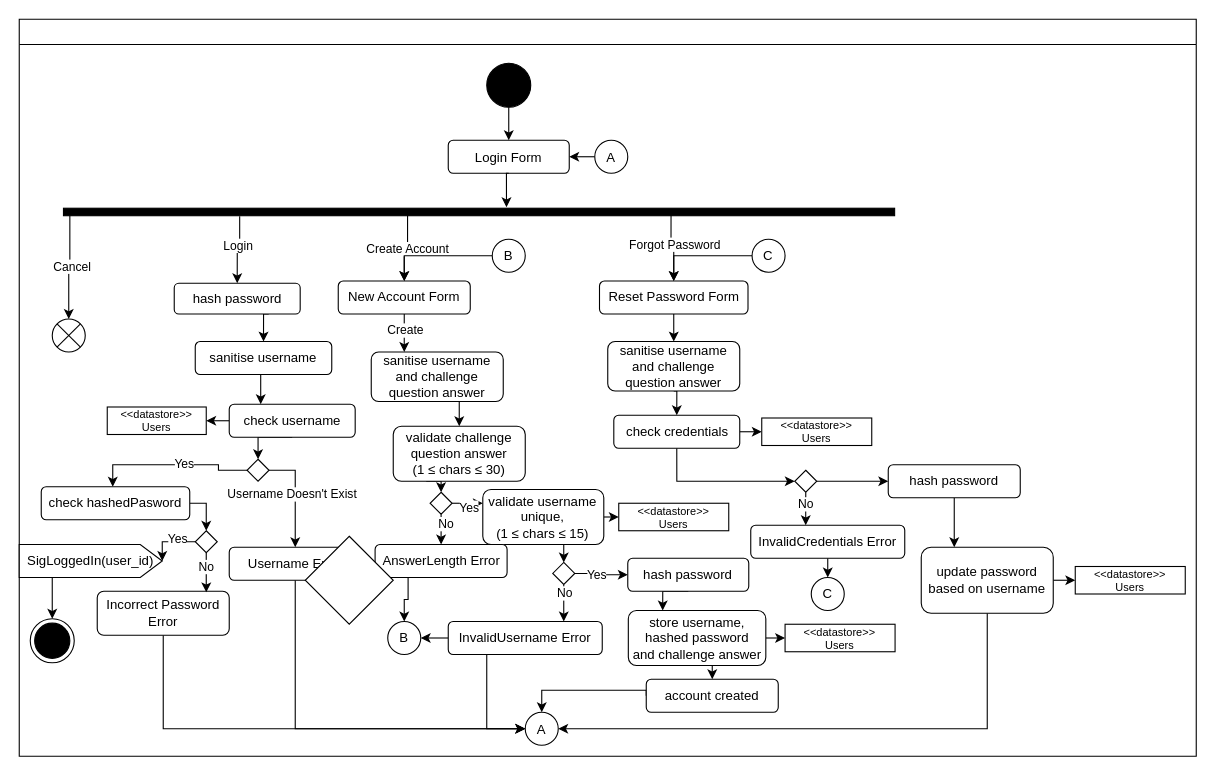
Earlier version of the draw.io diagram Documentation/images/design/Login_System.drawio (JCSnelson/JSnelson-NEA). Source tidied: cells renumbered, new cells numbered last; positions are measured from the earlier drawing's top-left corner, leaving out a move shared by most shapes. Both pictures are drawn from the tidied source at 110%, with x=0, y=0 at pixel (19, -205).
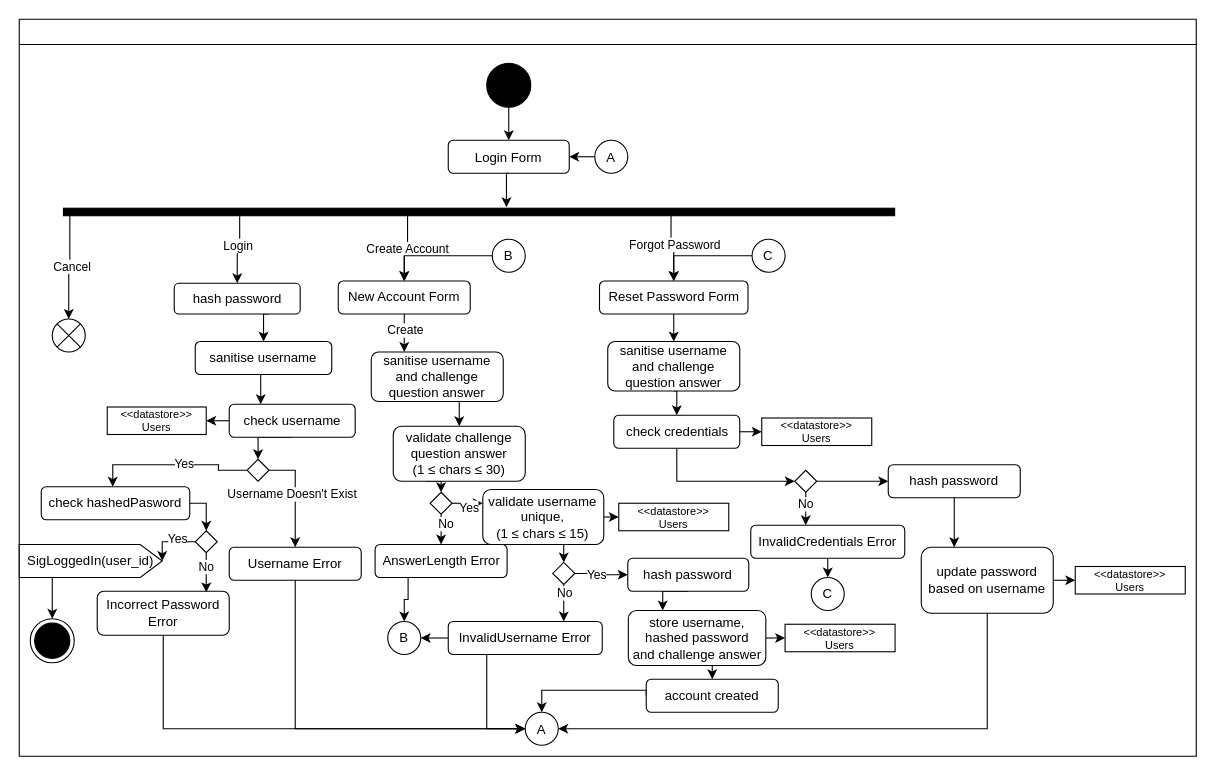
The same page after the edit.

The edit, as a diff of the source:
```diff
@@
-    <mxCell id="107" style="rhombus;whiteSpace=wrap;html=1;" parent="1" vertex="1">
-      <mxGeometry x="260" y="673" width="80" height="80" as="geometry" />
-    </mxCell>
```
